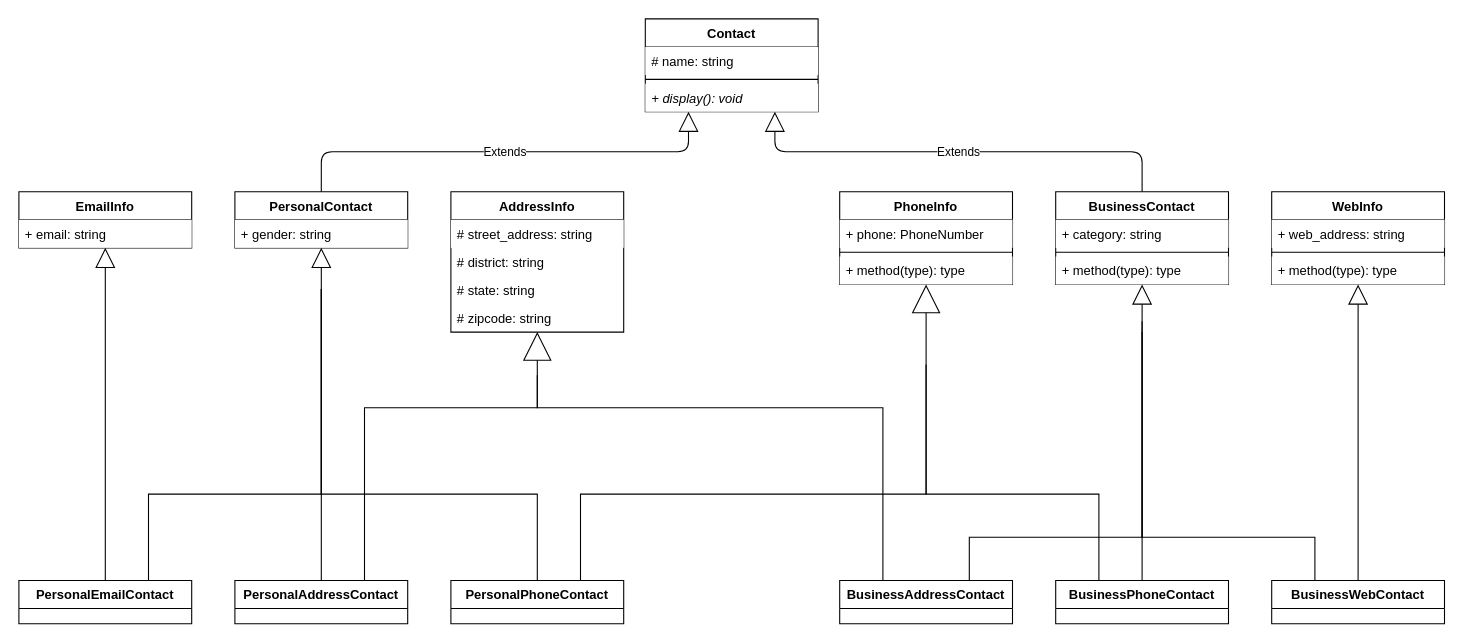
The draw.io diagram page "Contact Hierarchy" (1 of 2) of DMS_ClassDiagram.drawio in PKmnman/DMS_Project, before the edit. Source tidied: cells renumbered, new cells numbered last; positions are measured from the earlier drawing's top-left corner, leaving out a move shared by most shapes. Both pictures are drawn from the tidied source at 108%, with x=0, y=0 at pixel (18, 18).
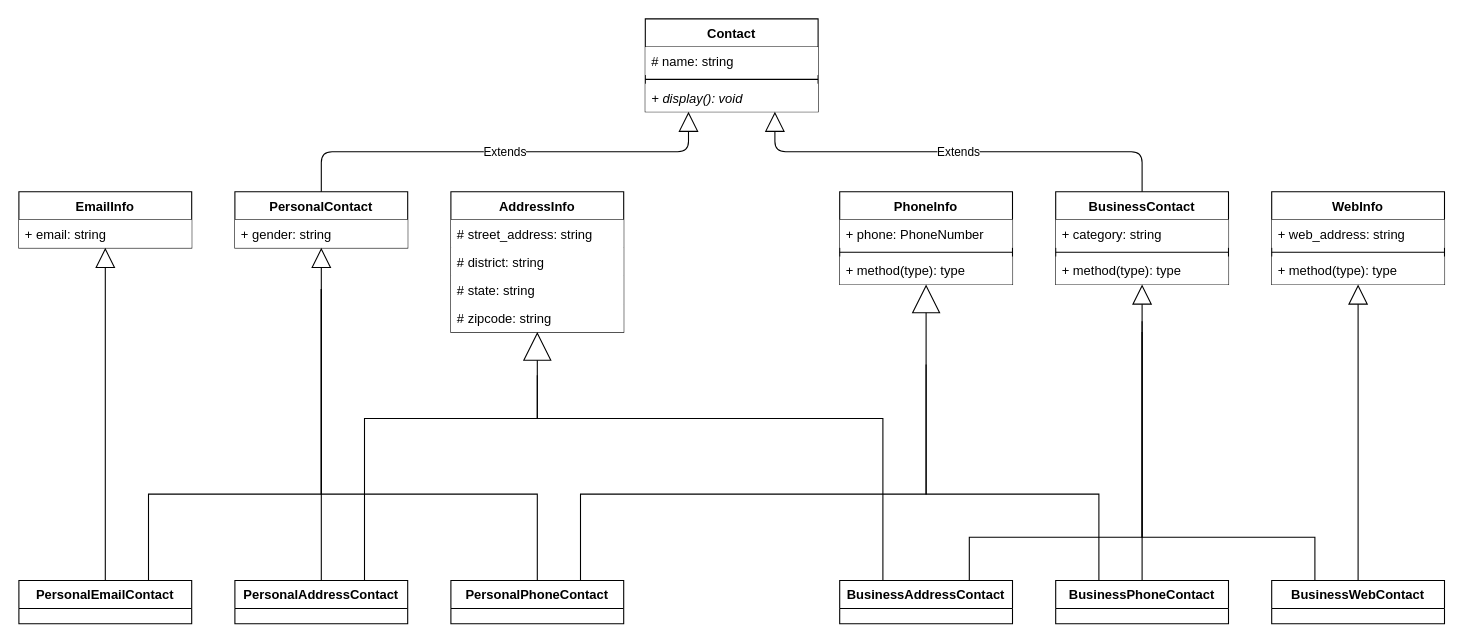
After the change.

The change refers to these unchanged cells:
```xml
<mxCell id="14" value="AddressInfo" style="swimlane;fontStyle=1;align=center;verticalAlign=top;horizontal=1;startSize=26;" parent="1" vertex="1">
  <mxGeometry x="400" y="160" width="160" height="130" as="geometry" />
</mxCell>
<mxCell id="19" value="PhoneInfo" style="swimlane;fontStyle=1;align=center;verticalAlign=top;horizontal=1;startSize=26;" parent="1" vertex="1">
  <mxGeometry x="760" y="160" width="160" height="86" as="geometry" />
</mxCell>
<mxCell id="23" value="PersonalAddressContact" style="swimlane;fontStyle=1;align=center;verticalAlign=top;horizontal=1;startSize=26;" parent="1" vertex="1">
  <mxGeometry x="200" y="520" width="160" height="40" as="geometry" />
</mxCell>
<mxCell id="43" value="BusinessAddressContact" style="swimlane;fontStyle=1;align=center;verticalAlign=top;horizontal=1;startSize=26;" parent="1" vertex="1">
  <mxGeometry x="760" y="520" width="160" height="40" as="geometry" />
</mxCell>
```

Change to the diagram source:
```diff
@@
-    <mxCell id="16" value="# district: string" style="text;strokeColor=none;fillColor=none;align=left;verticalAlign=top;spacingLeft=4;spacingRight=4;overflow=hidden;" parent="14" vertex="1">
+    <mxCell id="16" value="# district: string" style="text;strokeColor=none;align=left;verticalAlign=top;spacingLeft=4;spacingRight=4;overflow=hidden;fillColor=#ffffff;" parent="14" vertex="1">
       <mxGeometry y="52" width="160" height="26" as="geometry" />
     </mxCell>
-    <mxCell id="17" value="# state: string" style="text;strokeColor=none;fillColor=none;align=left;verticalAlign=top;spacingLeft=4;spacingRight=4;overflow=hidden;" parent="14" vertex="1">
+    <mxCell id="17" value="# state: string" style="text;strokeColor=none;align=left;verticalAlign=top;spacingLeft=4;spacingRight=4;overflow=hidden;fillColor=#ffffff;" parent="14" vertex="1">
       <mxGeometry y="78" width="160" height="26" as="geometry" />
     </mxCell>
-    <mxCell id="18" value="# zipcode: string" style="text;strokeColor=none;fillColor=none;align=left;verticalAlign=top;spacingLeft=4;spacingRight=4;overflow=hidden;" parent="14" vertex="1">
+    <mxCell id="18" value="# zipcode: string" style="text;align=left;verticalAlign=top;spacingLeft=4;spacingRight=4;overflow=hidden;fillColor=#ffffff;" parent="14" vertex="1">
       <mxGeometry y="104" width="160" height="26" as="geometry" />
     </mxCell>
@@
-    <mxCell id="21" style="line;strokeWidth=1;fillColor=none;align=left;verticalAlign=middle;spacingTop=-1;spacingLeft=3;spacingRight=3;labelPosition=right;" parent="19" vertex="1">
+    <mxCell id="21" style="line;strokeWidth=1;align=left;verticalAlign=middle;spacingTop=-1;spacingLeft=3;spacingRight=3;labelPosition=right;shadow=0;perimeterSpacing=1;" parent="19" vertex="1">
       <mxGeometry y="52" width="160" height="8" as="geometry" />
     </mxCell>
@@
     <mxCell id="24" style="endArrow=block;endFill=0;endSize=24;html=1;exitX=0.75;exitY=0;exitDx=0;exitDy=0;edgeStyle=orthogonalEdgeStyle;rounded=0;entryX=0.5;entryY=1;entryDx=0;entryDy=0;" parent="1" edge="1" source="23" target="14">
       <mxGeometry relative="1" as="geometry">
         <Array as="points">
-          <mxPoint x="320" y="360" />
-          <mxPoint x="480" y="360" />
+          <mxPoint x="320" y="370" />
+          <mxPoint x="480" y="370" />
         </Array>
       </mxGeometry>
     </mxCell>
@@
     <mxCell id="42" style="edgeStyle=orthogonalEdgeStyle;rounded=0;jettySize=auto;html=1;exitX=0.25;exitY=0;exitDx=0;exitDy=0;endArrow=none;endFill=0;endSize=16;" parent="1" edge="1" source="43">
       <mxGeometry relative="1" as="geometry">
         <mxPoint x="480" y="330" as="targetPoint" />
         <Array as="points">
-          <mxPoint x="800" y="360" />
-          <mxPoint x="480" y="360" />
+          <mxPoint x="800" y="370" />
+          <mxPoint x="480" y="370" />
         </Array>
       </mxGeometry>
     </mxCell>
```
